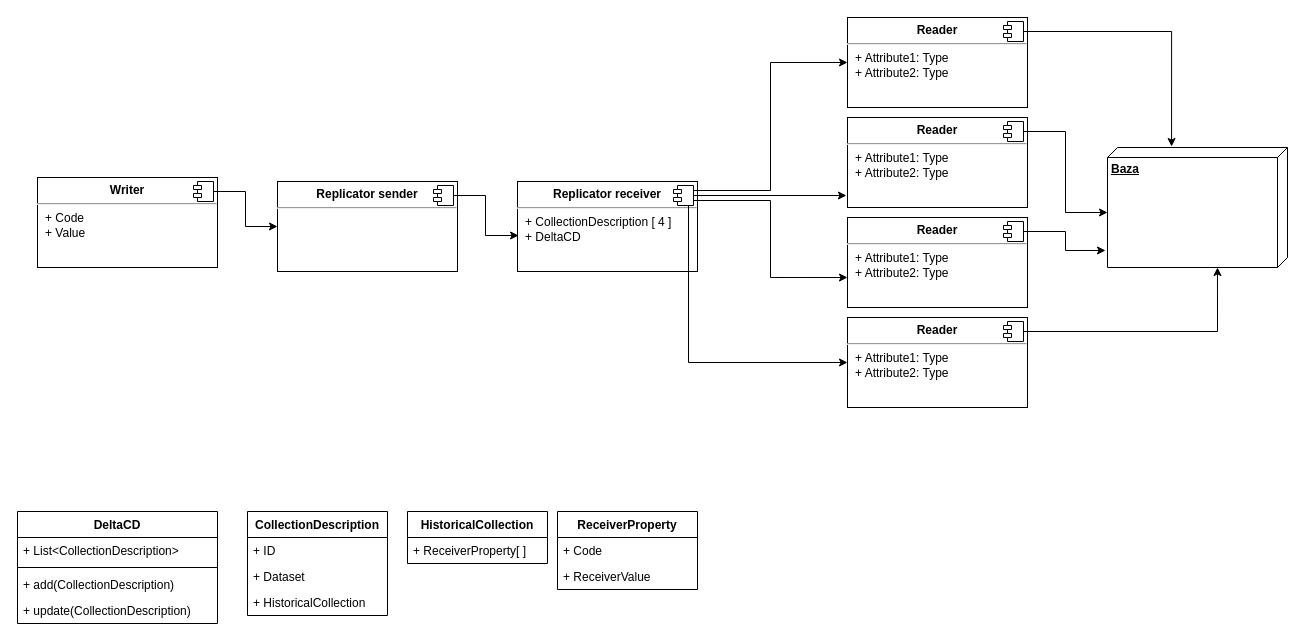
DeniiiiiiiS/RES-Projekat keeps this draw.io diagram as ComponentDiagram.drawio. Above is the earlier version. Source tidied: cells renumbered, new cells numbered last; positions are measured from the earlier drawing's top-left corner, leaving out a move shared by most shapes. Both pictures are drawn from the tidied source at 100%, with x=0, y=0 at pixel (17, 17).
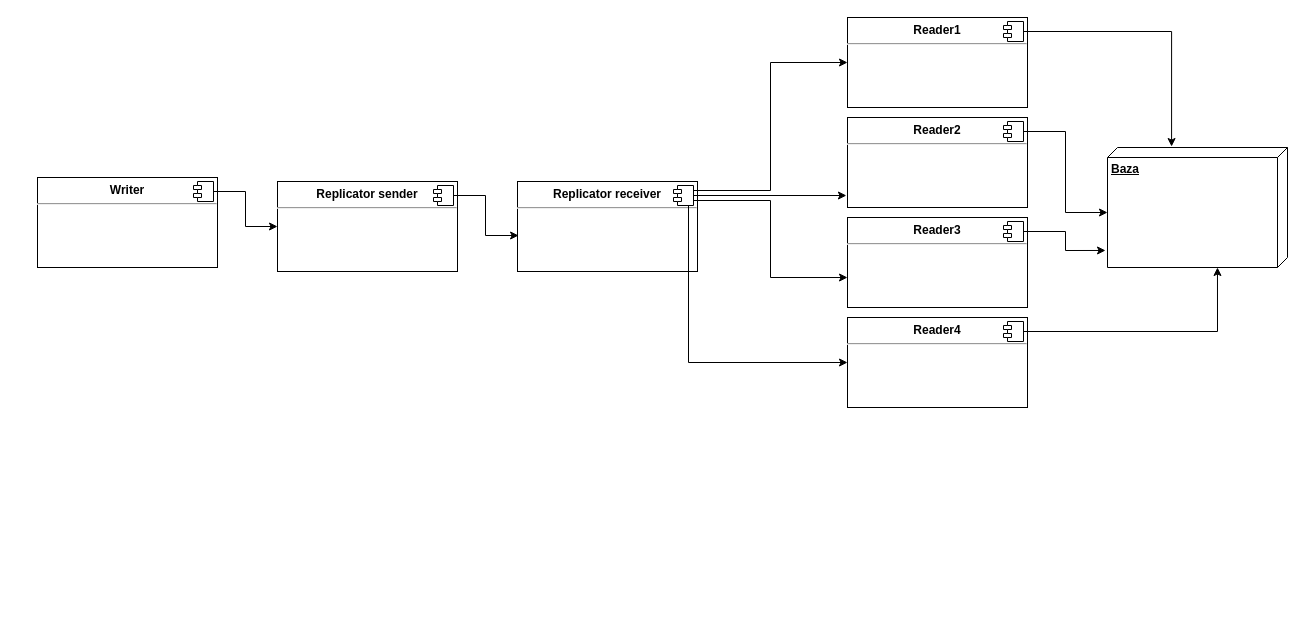
The same page after the edit.

Commit message (it also covers changes not shown here):
Dodat diagram sekvence

Change to the diagram source:
```diff
@@
-    <mxCell id="2" value="&lt;p style=&quot;margin:0px;margin-top:6px;text-align:center;&quot;&gt;&lt;b&gt;Writer&lt;/b&gt;&lt;/p&gt;&lt;hr&gt;&lt;p style=&quot;margin:0px;margin-left:8px;&quot;&gt;+ Code&lt;br&gt;+ Value&lt;br&gt;&lt;/p&gt;" style="align=left;overflow=fill;html=1;" parent="1" vertex="1">
+    <mxCell id="2" value="&lt;p style=&quot;margin:0px;margin-top:6px;text-align:center;&quot;&gt;&lt;b&gt;Writer&lt;/b&gt;&lt;/p&gt;&lt;hr&gt;&lt;p style=&quot;margin:0px;margin-left:8px;&quot;&gt;&lt;br&gt;&lt;/p&gt;" style="align=left;overflow=fill;html=1;" parent="1" vertex="1">
       <mxGeometry x="20" y="160" width="180" height="90" as="geometry" />
     </mxCell>
@@
-    <mxCell id="5" value="&lt;p style=&quot;margin:0px;margin-top:6px;text-align:center;&quot;&gt;&lt;b&gt;Reader&lt;/b&gt;&lt;/p&gt;&lt;hr&gt;&lt;p style=&quot;margin:0px;margin-left:8px;&quot;&gt;+ Attribute1: Type&lt;br&gt;+ Attribute2: Type&lt;/p&gt;" style="align=left;overflow=fill;html=1;" parent="1" vertex="1">
+    <mxCell id="5" value="&lt;p style=&quot;margin:0px;margin-top:6px;text-align:center;&quot;&gt;&lt;b&gt;Reader1&lt;/b&gt;&lt;/p&gt;&lt;hr&gt;&lt;p style=&quot;margin:0px;margin-left:8px;&quot;&gt;&lt;br&gt;&lt;/p&gt;" style="align=left;overflow=fill;html=1;" parent="1" vertex="1">
       <mxGeometry x="830" width="180" height="90" as="geometry" />
     </mxCell>
@@
-    <mxCell id="8" value="&lt;p style=&quot;margin:0px;margin-top:6px;text-align:center;&quot;&gt;&lt;b&gt;Reader&lt;/b&gt;&lt;/p&gt;&lt;hr&gt;&lt;p style=&quot;margin:0px;margin-left:8px;&quot;&gt;+ Attribute1: Type&lt;br&gt;+ Attribute2: Type&lt;/p&gt;" style="align=left;overflow=fill;html=1;" parent="1" vertex="1">
+    <mxCell id="8" value="&lt;p style=&quot;margin:0px;margin-top:6px;text-align:center;&quot;&gt;&lt;b&gt;Reader2&lt;/b&gt;&lt;/p&gt;&lt;hr&gt;&lt;p style=&quot;margin:0px;margin-left:8px;&quot;&gt;&lt;br&gt;&lt;/p&gt;" style="align=left;overflow=fill;html=1;" parent="1" vertex="1">
       <mxGeometry x="830" y="100" width="180" height="90" as="geometry" />
     </mxCell>
@@
-    <mxCell id="11" value="&lt;p style=&quot;margin:0px;margin-top:6px;text-align:center;&quot;&gt;&lt;b&gt;Reader&lt;/b&gt;&lt;/p&gt;&lt;hr&gt;&lt;p style=&quot;margin:0px;margin-left:8px;&quot;&gt;+ Attribute1: Type&lt;br&gt;+ Attribute2: Type&lt;/p&gt;" style="align=left;overflow=fill;html=1;" parent="1" vertex="1">
+    <mxCell id="11" value="&lt;p style=&quot;margin:0px;margin-top:6px;text-align:center;&quot;&gt;&lt;b&gt;Reader3&lt;/b&gt;&lt;/p&gt;&lt;hr&gt;&lt;p style=&quot;margin:0px;margin-left:8px;&quot;&gt;&lt;br&gt;&lt;/p&gt;" style="align=left;overflow=fill;html=1;" parent="1" vertex="1">
       <mxGeometry x="830" y="200" width="180" height="90" as="geometry" />
     </mxCell>
@@
-    <mxCell id="14" value="&lt;p style=&quot;margin:0px;margin-top:6px;text-align:center;&quot;&gt;&lt;b&gt;Reader&lt;/b&gt;&lt;/p&gt;&lt;hr&gt;&lt;p style=&quot;margin:0px;margin-left:8px;&quot;&gt;+ Attribute1: Type&lt;br&gt;+ Attribute2: Type&lt;/p&gt;" style="align=left;overflow=fill;html=1;" parent="1" vertex="1">
+    <mxCell id="14" value="&lt;p style=&quot;margin:0px;margin-top:6px;text-align:center;&quot;&gt;&lt;b&gt;Reader4&lt;/b&gt;&lt;/p&gt;&lt;hr&gt;&lt;p style=&quot;margin:0px;margin-left:8px;&quot;&gt;&lt;br&gt;&lt;/p&gt;" style="align=left;overflow=fill;html=1;" parent="1" vertex="1">
       <mxGeometry x="830" y="300" width="180" height="90" as="geometry" />
     </mxCell>
@@
-    <mxCell id="17" value="&lt;p style=&quot;margin:0px;margin-top:6px;text-align:center;&quot;&gt;&lt;b&gt;Replicator receiver&lt;br&gt;&lt;/b&gt;&lt;/p&gt;&lt;hr&gt;&lt;p style=&quot;margin:0px;margin-left:8px;&quot;&gt;+ CollectionDescription [ 4 ]&lt;br&gt;+ DeltaCD&lt;br&gt;&lt;/p&gt;" style="align=left;overflow=fill;html=1;" parent="1" vertex="1">
+    <mxCell id="17" value="&lt;p style=&quot;margin:0px;margin-top:6px;text-align:center;&quot;&gt;&lt;b&gt;Replicator receiver&lt;br&gt;&lt;/b&gt;&lt;/p&gt;&lt;hr&gt;&lt;p style=&quot;margin:0px;margin-left:8px;&quot;&gt;&lt;br&gt;&lt;/p&gt;" style="align=left;overflow=fill;html=1;" parent="1" vertex="1">
       <mxGeometry x="500" y="164" width="180" height="90" as="geometry" />
     </mxCell>
@@
-    <mxCell id="26" value="CollectionDescription" style="swimlane;fontStyle=1;horizontal=1;startSize=26;fillColor=none;" parent="1" vertex="1">
-      <mxGeometry x="230" y="494" width="140" height="104" as="geometry" />
-    </mxCell>
-    <mxCell id="27" value="+ ID" style="text;strokeColor=none;fillColor=none;align=left;verticalAlign=top;spacingLeft=4;spacingRight=4;overflow=hidden;" parent="26" vertex="1">
-      <mxGeometry y="26" width="140" height="26" as="geometry" />
-    </mxCell>
-    <mxCell id="28" value="+ Dataset" style="text;strokeColor=none;fillColor=none;align=left;verticalAlign=top;spacingLeft=4;spacingRight=4;overflow=hidden;" parent="26" vertex="1">
-      <mxGeometry y="52" width="140" height="26" as="geometry" />
-    </mxCell>
-    <mxCell id="29" value="+ HistoricalCollection" style="text;strokeColor=none;fillColor=none;align=left;verticalAlign=top;spacingLeft=4;spacingRight=4;overflow=hidden;" parent="26" vertex="1">
-      <mxGeometry y="78" width="140" height="26" as="geometry" />
-    </mxCell>
-    <mxCell id="30" value="HistoricalCollection" style="swimlane;fontStyle=1;horizontal=1;startSize=26;fillColor=none;" parent="1" vertex="1">
-      <mxGeometry x="390" y="494" width="140" height="52" as="geometry" />
-    </mxCell>
-    <mxCell id="31" value="+ ReceiverProperty[ ]" style="text;strokeColor=none;fillColor=none;align=left;verticalAlign=top;spacingLeft=4;spacingRight=4;overflow=hidden;" parent="30" vertex="1">
-      <mxGeometry y="26" width="140" height="26" as="geometry" />
-    </mxCell>
-    <mxCell id="32" value="ReceiverProperty" style="swimlane;fontStyle=1;horizontal=1;startSize=26;fillColor=none;" parent="1" vertex="1">
-      <mxGeometry x="540" y="494" width="140" height="78" as="geometry" />
-    </mxCell>
-    <mxCell id="33" value="+ Code" style="text;strokeColor=none;fillColor=none;align=left;verticalAlign=top;spacingLeft=4;spacingRight=4;overflow=hidden;" parent="32" vertex="1">
-      <mxGeometry y="26" width="140" height="26" as="geometry" />
-    </mxCell>
-    <mxCell id="34" value="+ ReceiverValue" style="text;strokeColor=none;fillColor=none;align=left;verticalAlign=top;spacingLeft=4;spacingRight=4;overflow=hidden;" parent="32" vertex="1">
-      <mxGeometry y="52" width="140" height="26" as="geometry" />
-    </mxCell>
-    <mxCell id="35" value="DeltaCD" style="swimlane;fontStyle=1;align=center;verticalAlign=top;horizontal=1;startSize=26;" parent="1" vertex="1">
-      <mxGeometry y="494" width="200" height="112" as="geometry" />
-    </mxCell>
-    <mxCell id="36" value="+ List&lt;CollectionDescription&gt;" style="text;strokeColor=none;fillColor=none;align=left;verticalAlign=top;spacingLeft=4;spacingRight=4;overflow=hidden;" parent="35" vertex="1">
-      <mxGeometry y="26" width="200" height="26" as="geometry" />
-    </mxCell>
-    <mxCell id="37" style="line;strokeWidth=1;fillColor=none;align=left;verticalAlign=middle;spacingTop=-1;spacingLeft=3;spacingRight=3;labelPosition=right;" parent="35" vertex="1">
-      <mxGeometry y="52" width="200" height="8" as="geometry" />
-    </mxCell>
-    <mxCell id="38" value="+ add(CollectionDescription)" style="text;strokeColor=none;fillColor=none;align=left;verticalAlign=top;spacingLeft=4;spacingRight=4;overflow=hidden;" parent="35" vertex="1">
-      <mxGeometry y="60" width="200" height="26" as="geometry" />
-    </mxCell>
-    <mxCell id="39" value="+ update(CollectionDescription)" style="text;strokeColor=none;fillColor=none;align=left;verticalAlign=top;spacingLeft=4;spacingRight=4;overflow=hidden;" parent="35" vertex="1">
-      <mxGeometry y="86" width="200" height="26" as="geometry" />
-    </mxCell>
```
